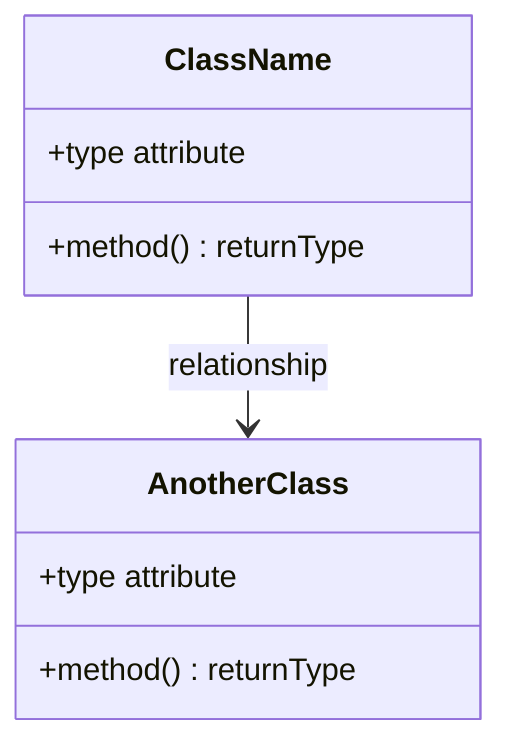
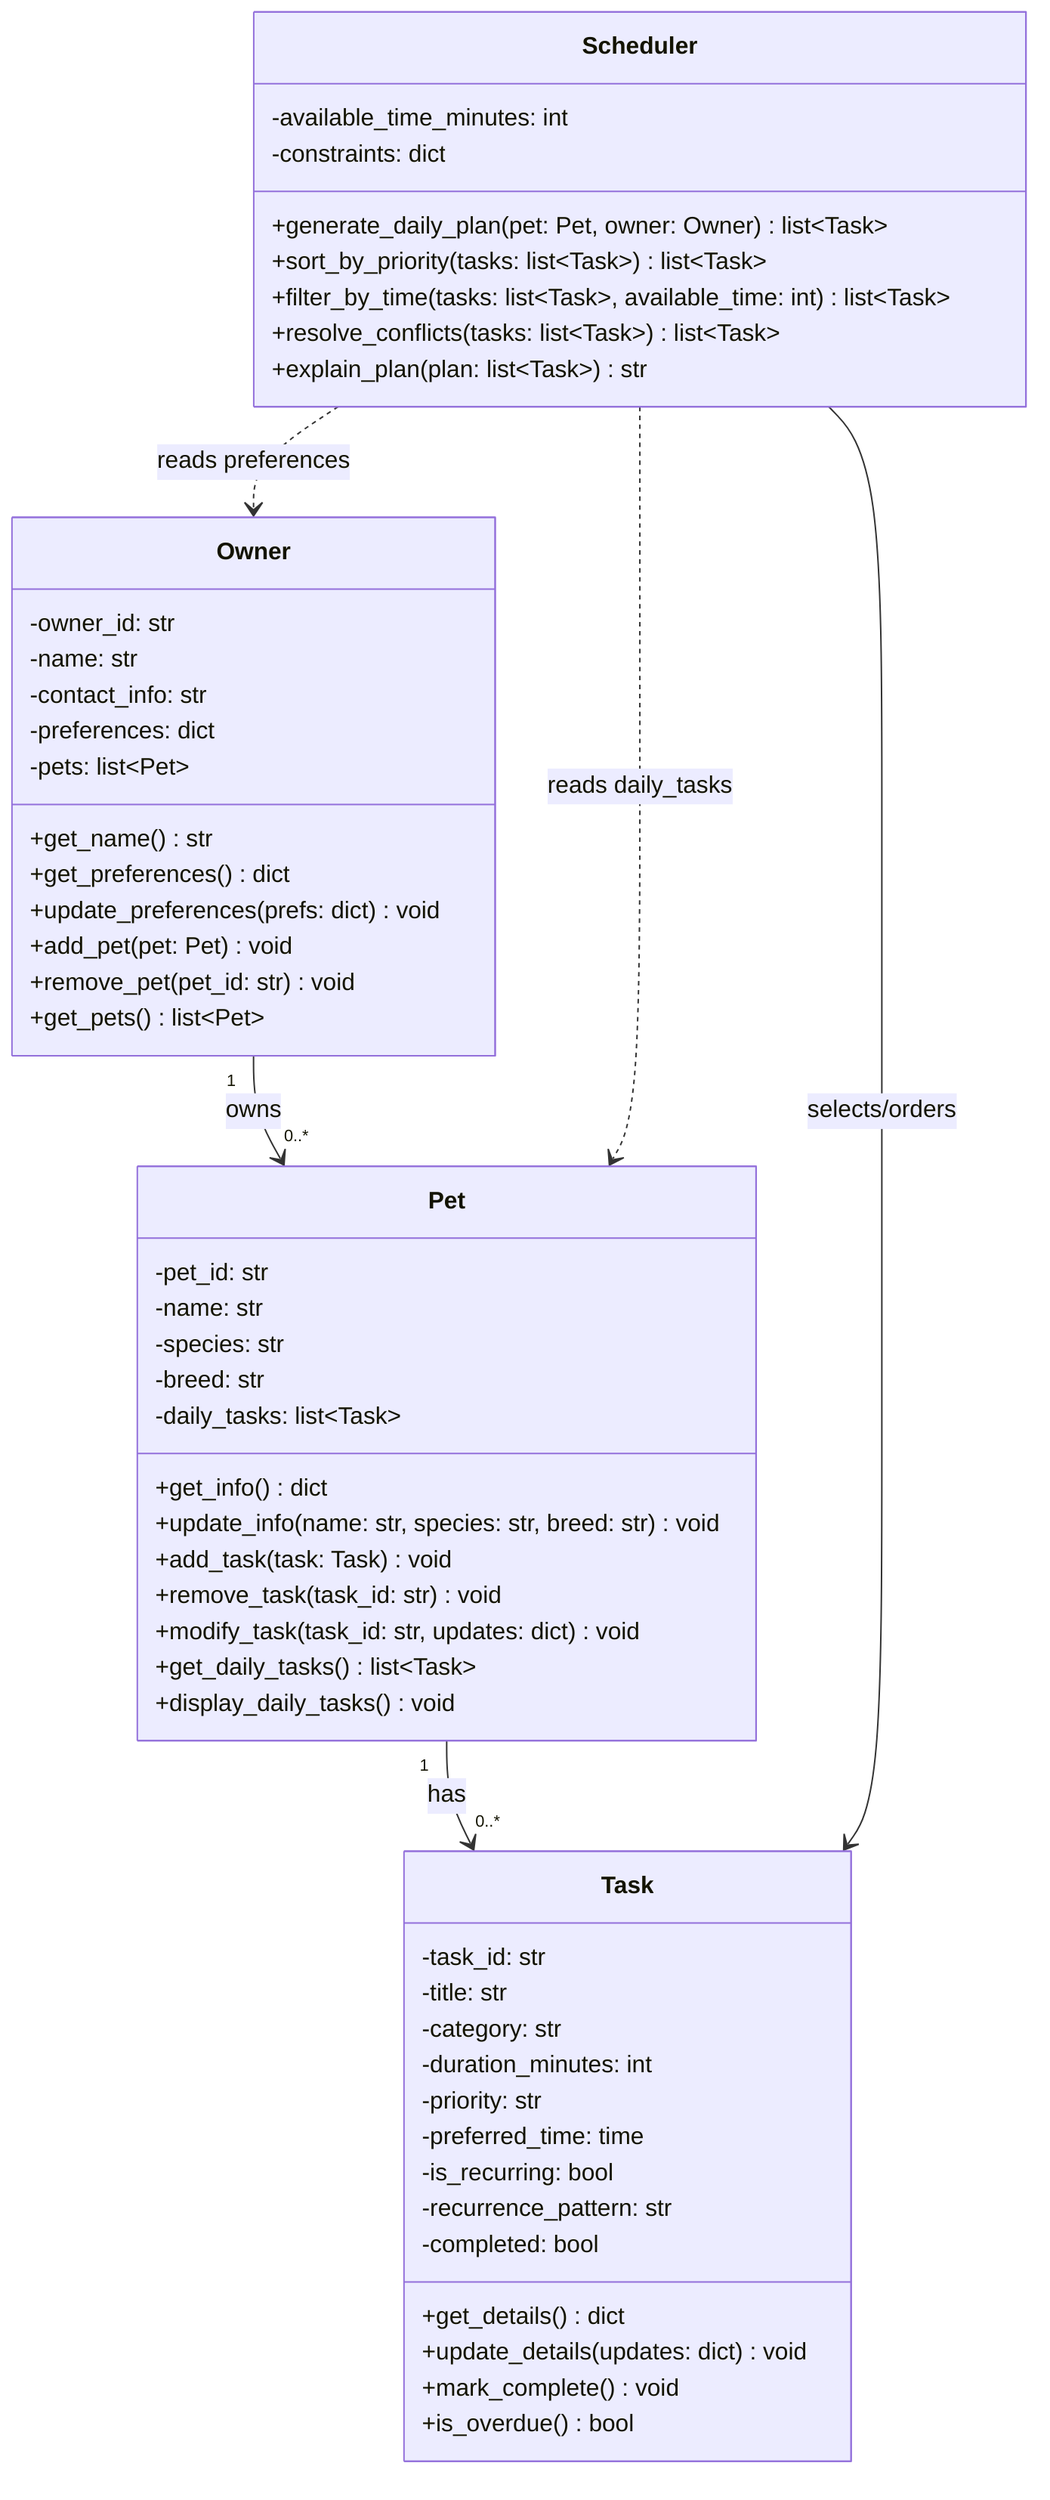
classDiagram
-     %% Replace the placeholders below with your actual classes, attributes, methods, and relationships.
+     %% Draft UML for PawPal+ based on brainstormed attributes/methods (reflection.md)
    %% Keep this file updated so it matches your final implementation.

-     class ClassName {
-         +type attribute
-         +method() returnType
+     class Owner {
+         -owner_id: str
+         -name: str
+         -contact_info: str
+         -preferences: dict
+         -pets: list~Pet~
+         +get_name() str
+         +get_preferences() dict
+         +update_preferences(prefs: dict) void
+         +add_pet(pet: Pet) void
+         +remove_pet(pet_id: str) void
+         +get_pets() list~Pet~
    }

-     class AnotherClass {
-         +type attribute
-         +method() returnType
+     class Pet {
+         -pet_id: str
+         -name: str
+         -species: str
+         -breed: str
+         -daily_tasks: list~Task~
+         +get_info() dict
+         +update_info(name: str, species: str, breed: str) void
+         +add_task(task: Task) void
+         +remove_task(task_id: str) void
+         +modify_task(task_id: str, updates: dict) void
+         +get_daily_tasks() list~Task~
+         +display_daily_tasks() void
    }

-     ClassName --> AnotherClass : relationship
+     class Task {
+         -task_id: str
+         -title: str
+         -category: str
+         -duration_minutes: int
+         -priority: str
+         -preferred_time: time
+         -is_recurring: bool
+         -recurrence_pattern: str
+         -completed: bool
+         +get_details() dict
+         +update_details(updates: dict) void
+         +mark_complete() void
+         +is_overdue() bool
+     }
+ 
+     class Scheduler {
+         -available_time_minutes: int
+         -constraints: dict
+         +generate_daily_plan(pet: Pet, owner: Owner) list~Task~
+         +sort_by_priority(tasks: list~Task~) list~Task~
+         +filter_by_time(tasks: list~Task~, available_time: int) list~Task~
+         +resolve_conflicts(tasks: list~Task~) list~Task~
+         +explain_plan(plan: list~Task~) str
+     }
+ 
+     Owner "1" --> "0..*" Pet : owns
+     Pet "1" --> "0..*" Task : has
+     Scheduler ..> Owner : reads preferences
+     Scheduler ..> Pet : reads daily_tasks
+     Scheduler --> Task : selects/orders
